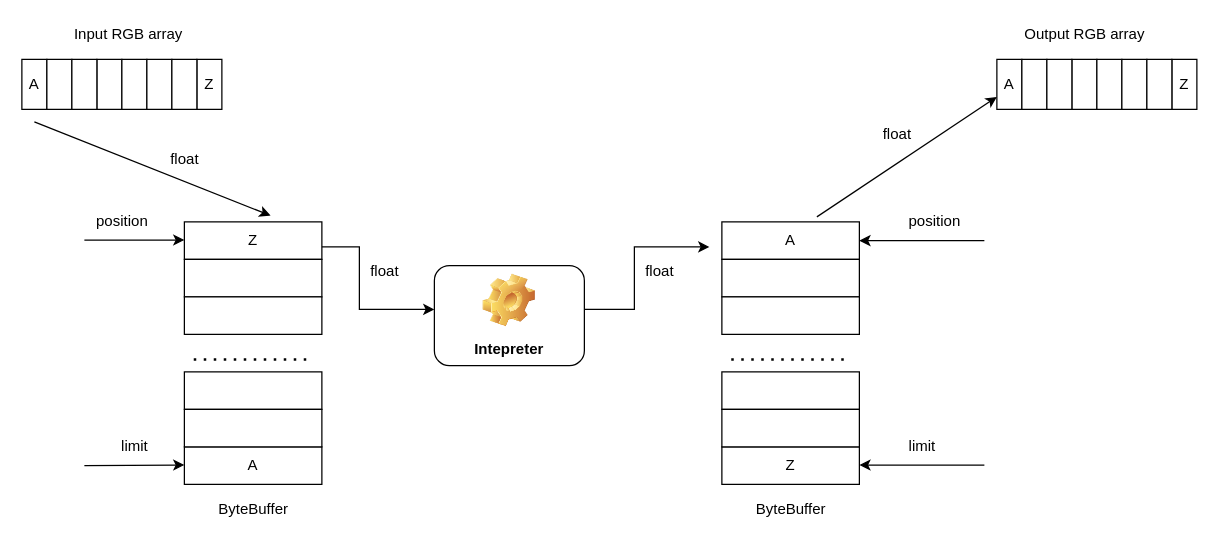
Earlier version of the draw.io diagram Untitled Diagram.drawio (winnerlqy/Images). Source tidied: cells renumbered, new cells numbered last; positions are measured from the earlier drawing's top-left corner, leaving out a move shared by most shapes. Both pictures are drawn from the tidied source at 125%, with x=0, y=0 at pixel (21, 21).
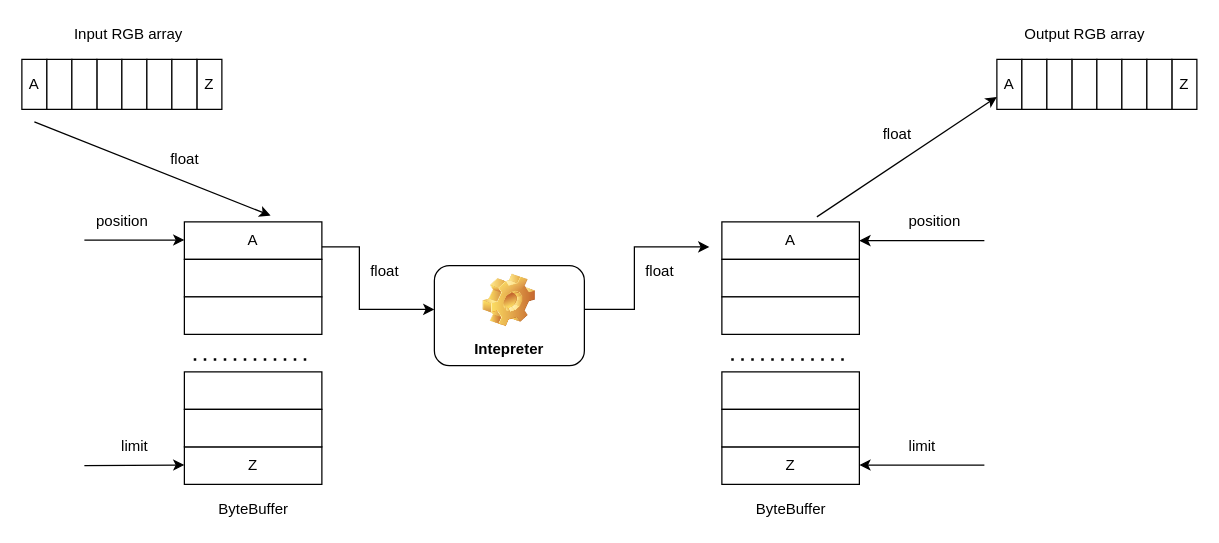
After the change.

What changed in the source:
```diff
@@
-    <mxCell id="2" value="Z" style="rounded=0;whiteSpace=wrap;html=1;" parent="1" vertex="1">
+    <mxCell id="2" value="A" style="rounded=0;whiteSpace=wrap;html=1;" parent="1" vertex="1">
       <mxGeometry x="130" y="160" width="110" height="30" as="geometry" />
     </mxCell>
@@
-    <mxCell id="6" value="A" style="whiteSpace=wrap;html=1;rounded=0;" parent="1" vertex="1">
+    <mxCell id="6" value="Z" style="whiteSpace=wrap;html=1;rounded=0;" parent="1" vertex="1">
       <mxGeometry x="130" y="340" width="110" height="30" as="geometry" />
     </mxCell>
```
